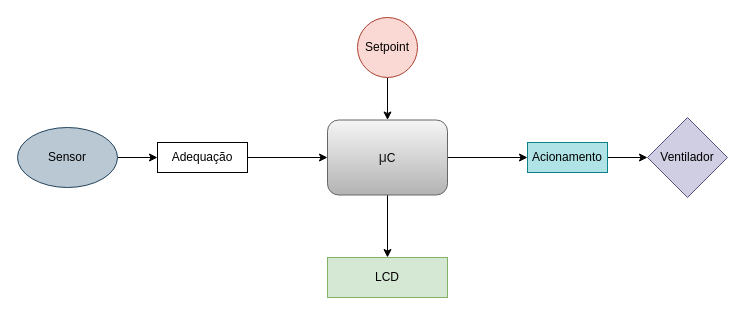
This is 2022.2/cooler/cooler.drawio from vm-bertini/ea075-2023.1, a draw.io file, before an edit. Source tidied: cells renumbered, new cells numbered last; positions are measured from the earlier drawing's top-left corner, leaving out a move shared by most shapes. Both pictures are drawn from the tidied source at 100%, with x=0, y=0 at pixel (17, 17).
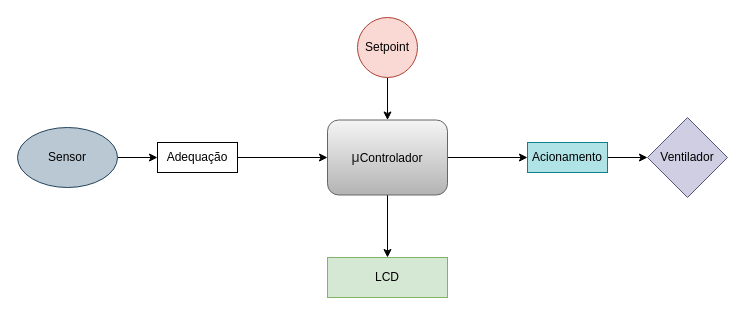
Above is the later version.

Diff of the diagram source:
```diff
@@
 <mxGraphModel>
   <root>
     <mxCell id="0" />
     <mxCell id="1" parent="0" />
     <mxCell id="2" style="edgeStyle=orthogonalEdgeStyle;rounded=0;jettySize=auto;html=1;exitX=1;exitY=0.5;exitDx=0;exitDy=0;fontFamily=Helvetica;entryX=0;entryY=0.5;entryDx=0;entryDy=0;" parent="1" edge="1" source="4" target="11">
       <mxGeometry relative="1" as="geometry" />
     </mxCell>
     <mxCell id="3" style="edgeStyle=orthogonalEdgeStyle;rounded=0;jettySize=auto;html=1;exitX=0.5;exitY=1;exitDx=0;exitDy=0;entryX=0.5;entryY=0;entryDx=0;entryDy=0;fontFamily=Helvetica;" parent="1" edge="1" source="4" target="12">
       <mxGeometry relative="1" as="geometry" />
     </mxCell>
-    <mxCell id="4" value="&lt;p&gt;&lt;span style=&quot;color: rgb(32, 33, 34); font-size: 14px; text-align: start;&quot;&gt;μ&lt;/span&gt;C&lt;/p&gt;" style="rounded=1;whiteSpace=wrap;html=1;fontSize=12;glass=0;strokeWidth=1;shadow=0;fillColor=#f5f5f5;strokeColor=#666666;gradientColor=#b3b3b3;" parent="1" vertex="1">
+    <mxCell id="4" value="&lt;p&gt;&lt;span style=&quot;color: rgb(32, 33, 34); font-size: 14px; text-align: start;&quot;&gt;μ&lt;/span&gt;Controlador&lt;/p&gt;" style="rounded=1;whiteSpace=wrap;html=1;fontSize=12;glass=0;strokeWidth=1;shadow=0;fillColor=#f5f5f5;strokeColor=#666666;gradientColor=#b3b3b3;" parent="1" vertex="1">
       <mxGeometry x="310" y="102.5" width="120" height="75" as="geometry" />
     </mxCell>
     <mxCell id="5" style="edgeStyle=orthogonalEdgeStyle;rounded=0;jettySize=auto;html=1;entryX=0;entryY=0.5;entryDx=0;entryDy=0;exitX=1;exitY=0.5;exitDx=0;exitDy=0;" parent="1" edge="1" source="6" target="4">
       <mxGeometry relative="1" as="geometry" />
     </mxCell>
     <mxCell id="6" value="Adequação" style="rounded=0;whiteSpace=wrap;html=1;" parent="1" vertex="1">
-      <mxGeometry x="140" y="125" width="90" height="30" as="geometry" />
+      <mxGeometry x="140" y="125" width="80" height="30" as="geometry" />
     </mxCell>
     <mxCell id="7" style="edgeStyle=orthogonalEdgeStyle;rounded=0;jettySize=auto;html=1;exitX=1;exitY=0.5;exitDx=0;exitDy=0;entryX=0;entryY=0.5;entryDx=0;entryDy=0;fontFamily=Helvetica;" parent="1" edge="1" source="8" target="6">
       <mxGeometry relative="1" as="geometry" />
     </mxCell>
     <mxCell id="8" value="Sensor" style="ellipse;whiteSpace=wrap;html=1;fillColor=#bac8d3;strokeColor=#23445d;" parent="1" vertex="1">
       <mxGeometry y="110" width="100" height="60" as="geometry" />
     </mxCell>
     <mxCell id="9" value="Ventilador" style="rhombus;whiteSpace=wrap;html=1;fontFamily=Helvetica;fillColor=#d0cee2;strokeColor=#56517e;" parent="1" vertex="1">
       <mxGeometry x="630" y="100" width="80" height="80" as="geometry" />
     </mxCell>
     <mxCell id="10" style="edgeStyle=orthogonalEdgeStyle;rounded=0;jettySize=auto;html=1;exitX=1;exitY=0.5;exitDx=0;exitDy=0;entryX=0;entryY=0.5;entryDx=0;entryDy=0;fontFamily=Helvetica;" parent="1" edge="1" source="11" target="9">
       <mxGeometry relative="1" as="geometry" />
     </mxCell>
     <mxCell id="11" value="Acionamento" style="rounded=0;whiteSpace=wrap;html=1;fillColor=#b0e3e6;strokeColor=#0e8088;" parent="1" vertex="1">
       <mxGeometry x="510" y="125" width="80" height="30" as="geometry" />
     </mxCell>
     <mxCell id="12" value="LCD" style="rounded=0;whiteSpace=wrap;html=1;fontFamily=Helvetica;fillColor=#d5e8d4;strokeColor=#82b366;" parent="1" vertex="1">
       <mxGeometry x="310" y="240" width="120" height="40" as="geometry" />
     </mxCell>
     <mxCell id="13" style="edgeStyle=orthogonalEdgeStyle;rounded=0;jettySize=auto;html=1;fontFamily=Helvetica;" parent="1" edge="1" source="14" target="4">
       <mxGeometry relative="1" as="geometry" />
     </mxCell>
     <mxCell id="14" value="Setpoint" style="ellipse;whiteSpace=wrap;html=1;fontFamily=Helvetica;fillColor=#fad9d5;strokeColor=#ae4132;" parent="1" vertex="1">
       <mxGeometry x="340" width="60" height="60" as="geometry" />
     </mxCell>
   </root>
 </mxGraphModel>
```
